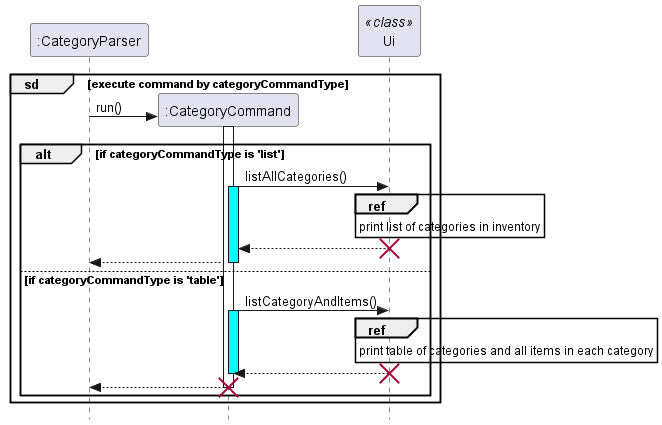
nus-cs2113-AY2223S2/tp keeps this PlantUML diagram as docs/UML/Category/CategoryCommand.png. Above is the earlier version.
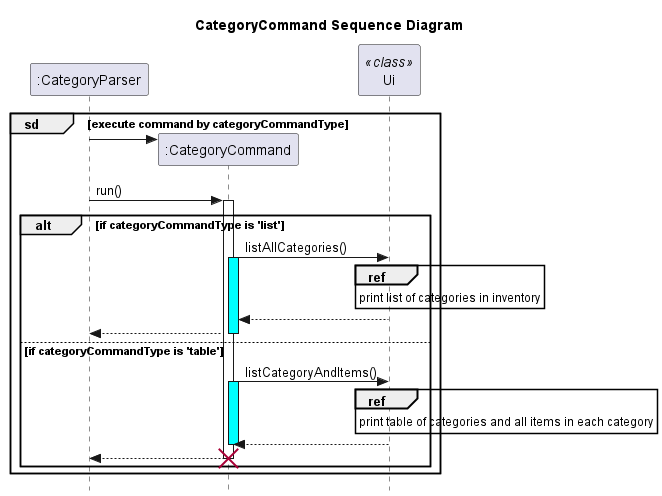
The same diagram one commit later.

The edit, as a diff of the source:
```diff
@@ -1,10 +1,11 @@
 @startuml
-
-participant ":CategoryParser"
+title CategoryCommand Sequence Diagram
 
 skinparam style strictuml
+participant ":CategoryParser"
 group sd [execute command by categoryCommandType]
-     ":CategoryParser" -> ":CategoryCommand"**: run()
+     ":CategoryParser" -> ":CategoryCommand"**:
+     ":CategoryParser" -> ":CategoryCommand": run()
      participant "Ui" <<class>>
      activate ":CategoryCommand"
      alt if categoryCommandType is 'list'
@@ -14,7 +15,6 @@
             print list of categories in inventory
         end ref
         return
-        destroy Ui
         return
      else if categoryCommandType is 'table'
         ":CategoryCommand" -> Ui: listCategoryAndItems()
@@ -23,7 +23,6 @@
             print table of categories and all items in each category
         end ref
         return
-        destroy Ui
         deactivate ":CategoryCommand" #cyan
         ":CategoryCommand" --> ":CategoryParser"
         destroy ":CategoryCommand"
```
